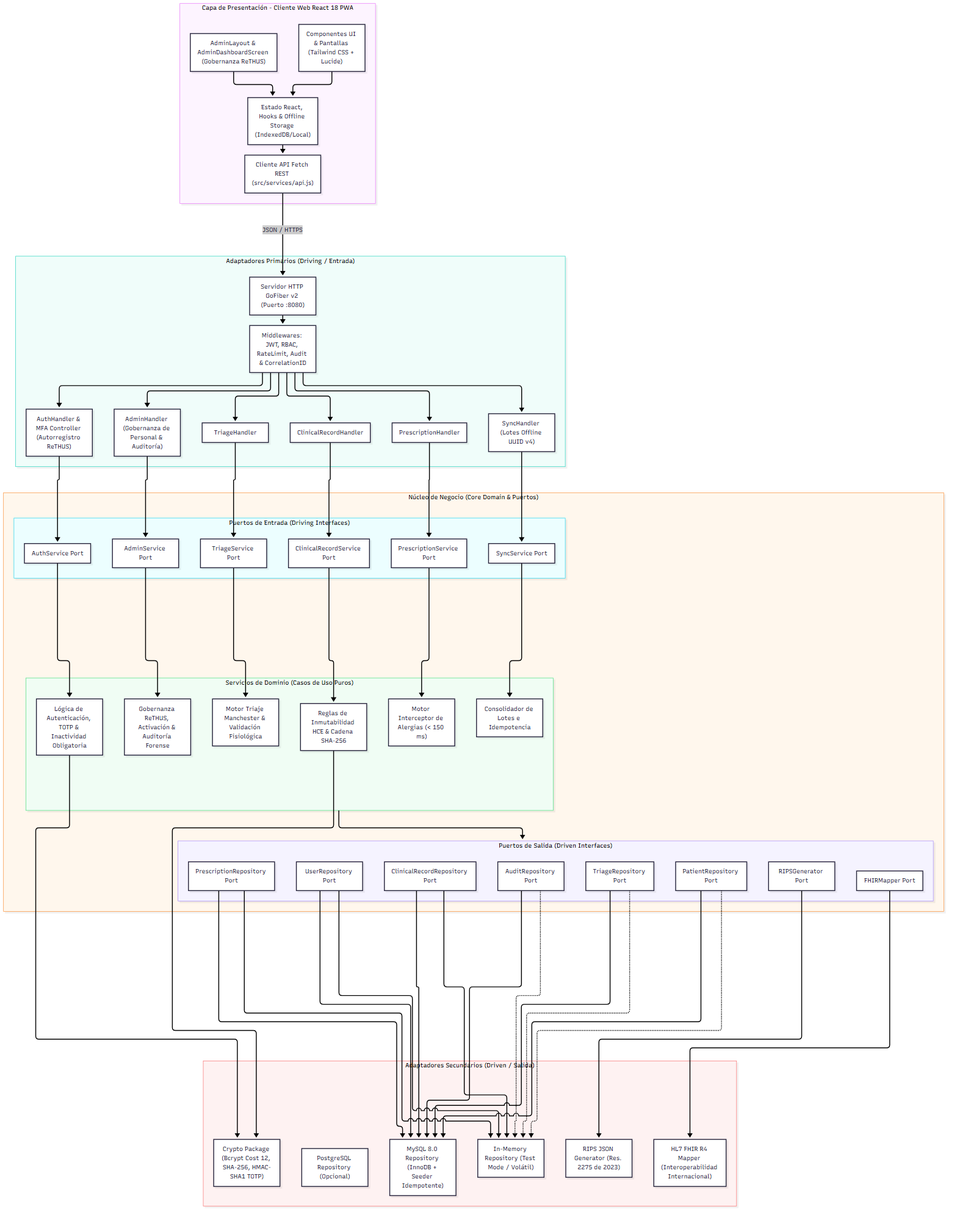
ThiagoVelez/Proyecto_felipe keeps this Mermaid diagram as docs/diagrams/02_arquitectura_hexagonal.png. Above is the earlier version. Its source is kept beside it as docs/diagrams/02_arquitectura_hexagonal.mmd.
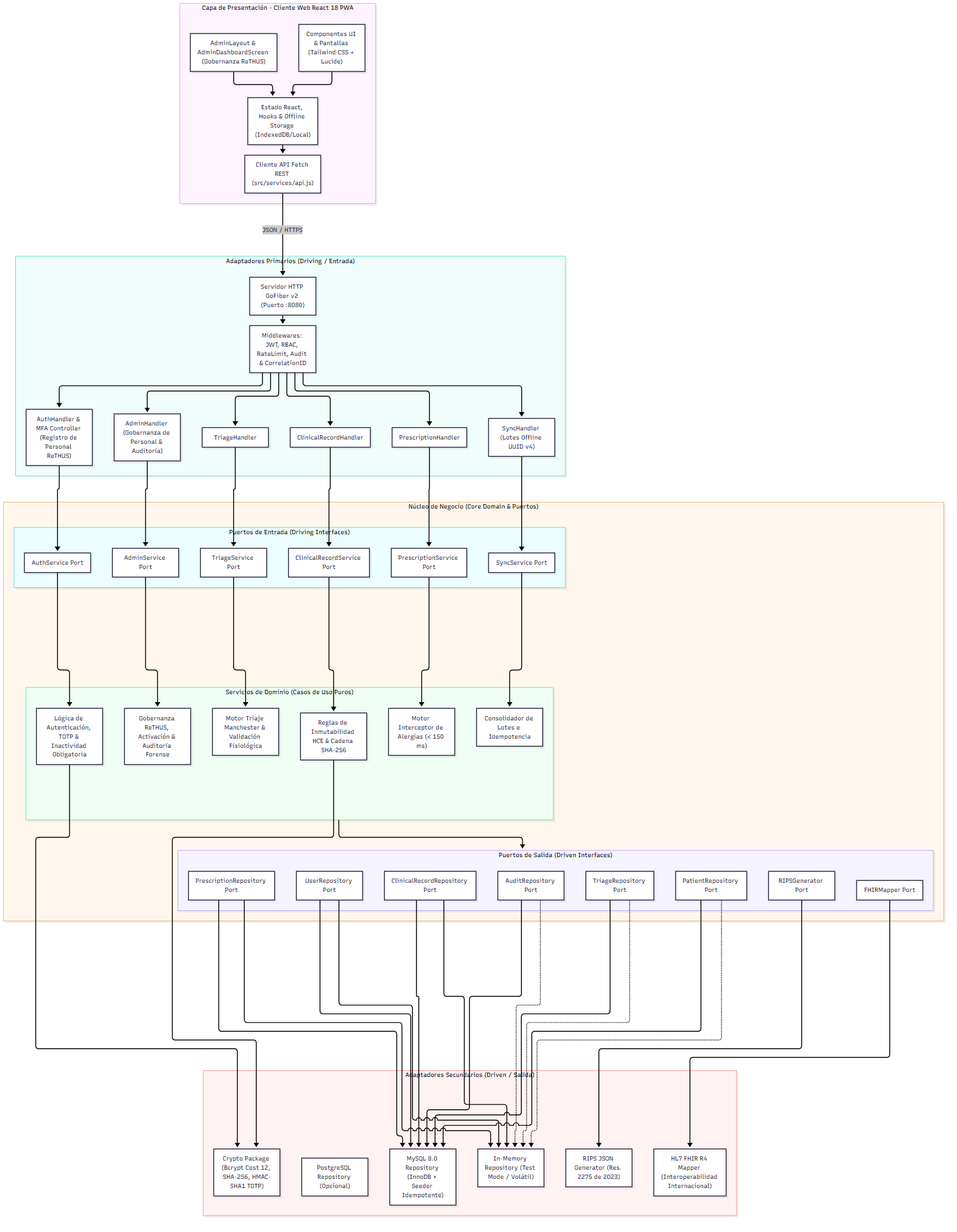
Later version of the same file.

Change to the diagram source:
```diff
@@ -11,7 +11,7 @@
 
     subgraph PrimaryAdapters ["Adaptadores Primarios (Driving / Entrada)"]
         FiberServer["Servidor HTTP GoFiber v2 (Puerto :8080)"]
-        AuthHandler["AuthHandler & MFA Controller (Autorregistro ReTHUS)"]
+        AuthHandler["AuthHandler & MFA Controller (Registro de Personal ReTHUS)"]
         AdminHandler["AdminHandler (Gobernanza de Personal & Auditoría)"]
         TriageHandler["TriageHandler"]
         RecordHandler["ClinicalRecordHandler"]
```
